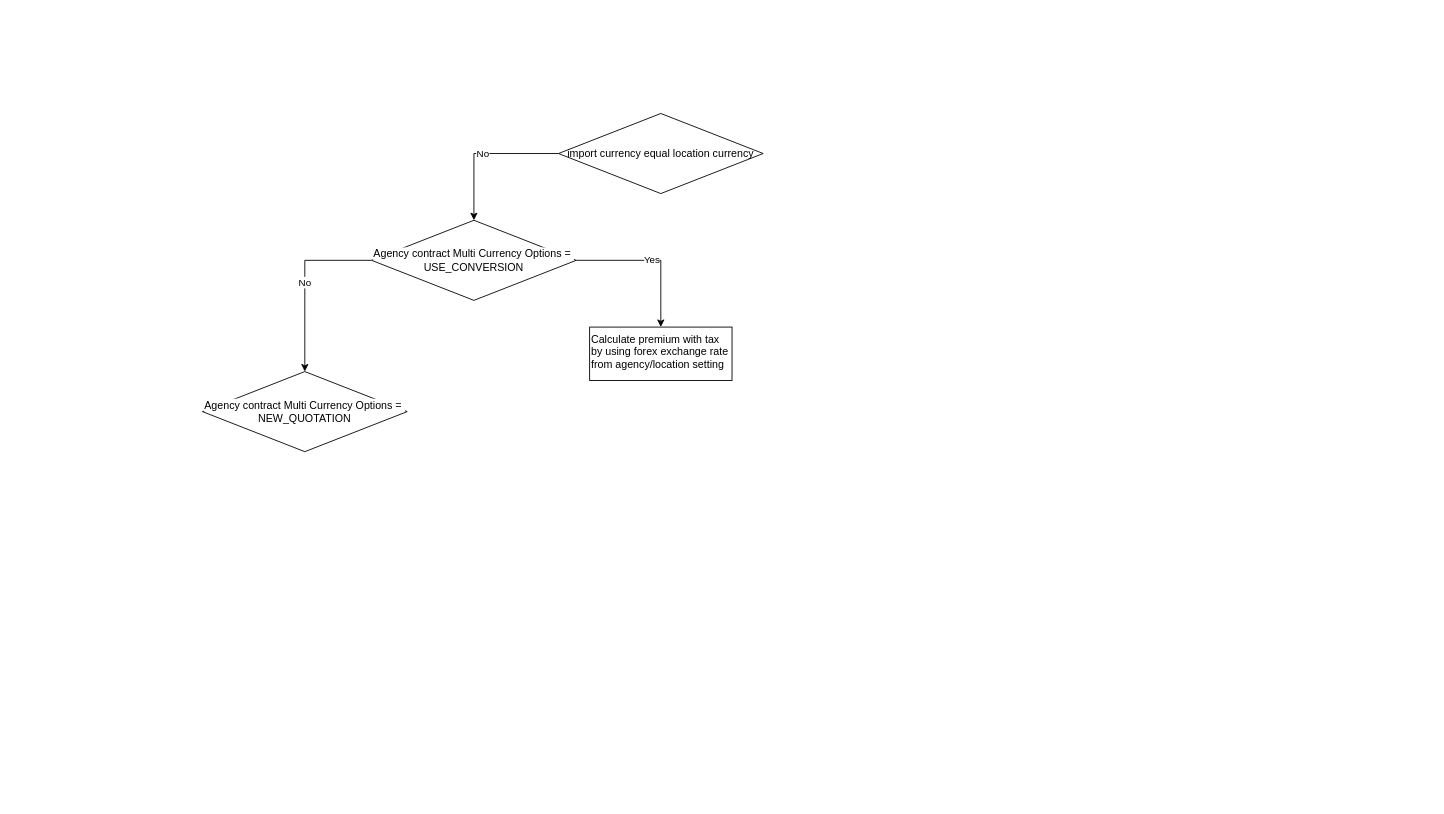
Earlier version of the draw.io diagram TH-exchange_rate_calculation.drawio (phatcharalaw/my-doc). Source tidied: cells renumbered, new cells numbered last; positions are measured from the earlier drawing's top-left corner, leaving out a move shared by most shapes. Both pictures are drawn from the tidied source at 89%, with x=0, y=0 at pixel (202, 113).
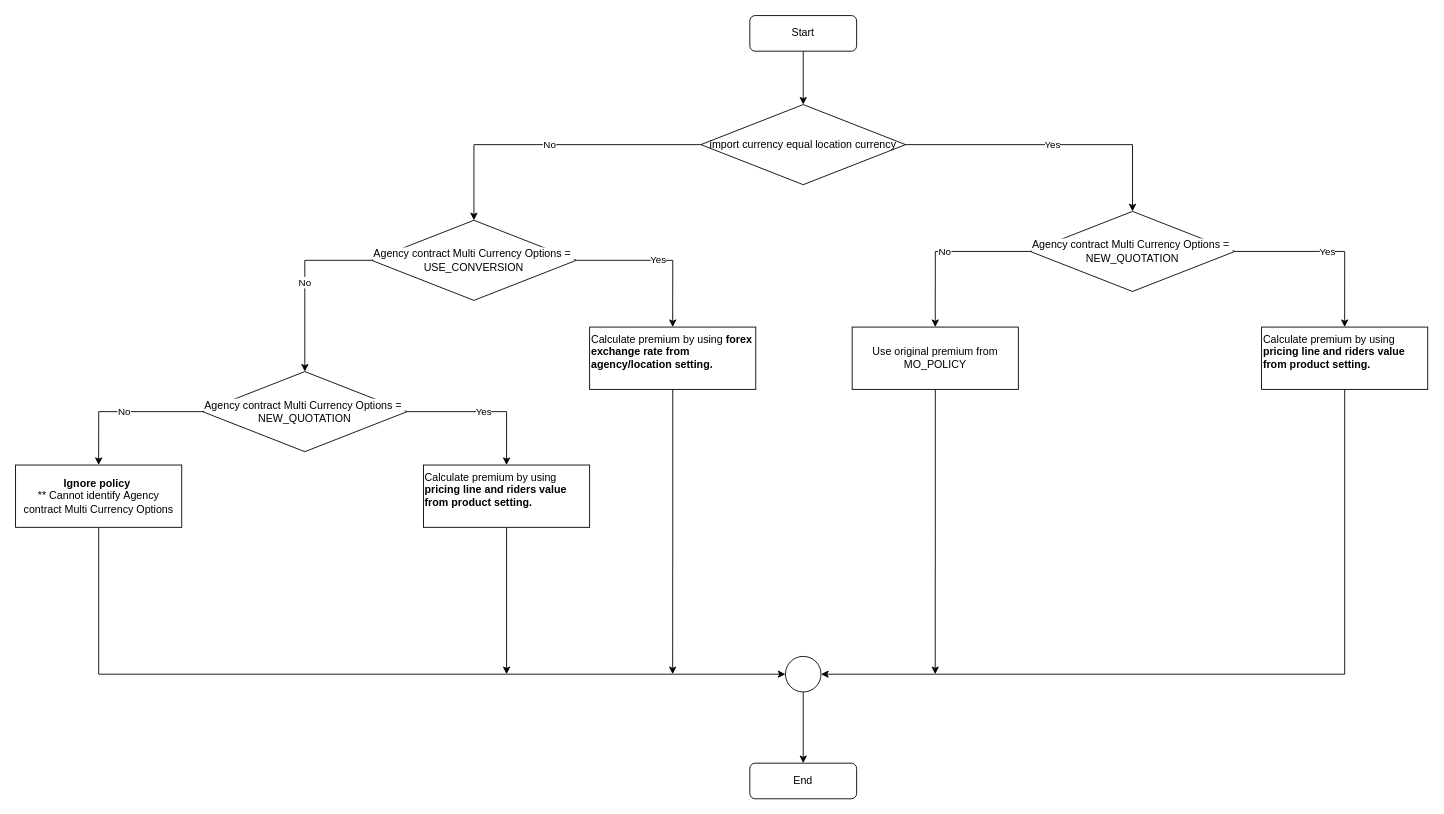
After the change.

The change refers to these unchanged cells:
```xml
<mxCell id="7" value="&lt;span style=&quot;background-color: rgb(255 , 255 , 255)&quot;&gt;Agency contract&amp;nbsp;Multi Currency Options&amp;nbsp;=&amp;nbsp;&lt;br&gt;NEW_QUOTATION&lt;/span&gt;" style="rhombus;whiteSpace=wrap;html=1;" parent="1" vertex="1">
  <mxGeometry y="290" width="230" height="90" as="geometry" />
</mxCell>
```

The edit, as a diff of the source:
```diff
@@
+    <mxCell id="9" value="Yes" style="edgeStyle=orthogonalEdgeStyle;rounded=0;jettySize=auto;html=1;" parent="1" edge="1" source="3" target="19">
+      <mxGeometry relative="1" as="geometry" />
+    </mxCell>
     <mxCell id="3" value="import currency equal location currency" style="rhombus;whiteSpace=wrap;html=1;" parent="1" vertex="1">
-      <mxGeometry x="400" width="230" height="90" as="geometry" />
+      <mxGeometry x="560" y="-10" width="230" height="90" as="geometry" />
     </mxCell>
@@
+    <mxCell id="10" value="Yes" style="edgeStyle=orthogonalEdgeStyle;rounded=0;jettySize=auto;html=1;entryX=0.5;entryY=0;entryDx=0;entryDy=0;" parent="1" edge="1" source="7" target="14">
+      <mxGeometry relative="1" as="geometry" />
+    </mxCell>
+    <mxCell id="11" value="No" style="edgeStyle=orthogonalEdgeStyle;rounded=0;jettySize=auto;html=1;entryX=0.5;entryY=0;entryDx=0;entryDy=0;" parent="1" edge="1" source="7" target="16">
+      <mxGeometry relative="1" as="geometry" />
+    </mxCell>
@@
+    <mxCell id="12" style="edgeStyle=orthogonalEdgeStyle;rounded=0;jettySize=auto;html=1;" parent="1" edge="1" source="8">
+      <mxGeometry relative="1" as="geometry">
+        <mxPoint x="528.3" y="630" as="targetPoint" />
+      </mxGeometry>
+    </mxCell>
-    <mxCell id="8" value="Calculate premium with tax by using forex exchange rate from agency/location setting" style="rounded=0;whiteSpace=wrap;html=1;align=left;verticalAlign=top;" parent="1" vertex="1">
-      <mxGeometry x="435" y="240" width="160" height="60" as="geometry" />
+    <mxCell id="8" value="Calculate premium by using &lt;b&gt;forex exchange rate from agency/location setting.&lt;/b&gt;" style="rounded=0;whiteSpace=wrap;html=1;align=left;verticalAlign=top;" parent="1" vertex="1">
+      <mxGeometry x="435" y="240" width="186.7" height="70" as="geometry" />
     </mxCell>
+    <mxCell id="13" style="edgeStyle=orthogonalEdgeStyle;rounded=0;jettySize=auto;html=1;" parent="1" edge="1" source="14">
+      <mxGeometry relative="1" as="geometry">
+        <mxPoint x="341.7" y="630" as="targetPoint" />
+      </mxGeometry>
+    </mxCell>
+    <mxCell id="14" value="Calculate premium by using &lt;b&gt;pricing line and riders value from product setting.&lt;/b&gt;" style="rounded=0;whiteSpace=wrap;html=1;align=left;verticalAlign=top;" parent="1" vertex="1">
+      <mxGeometry x="248.3" y="395" width="186.7" height="70" as="geometry" />
+    </mxCell>
+    <mxCell id="15" style="edgeStyle=orthogonalEdgeStyle;rounded=0;jettySize=auto;html=1;entryX=0;entryY=0.5;entryDx=0;entryDy=0;" parent="1" edge="1" source="16" target="25">
+      <mxGeometry relative="1" as="geometry">
+        <Array as="points">
+          <mxPoint x="-117" y="630" />
+        </Array>
+      </mxGeometry>
+    </mxCell>
+    <mxCell id="16" value="&lt;b&gt;Ignore policy&lt;/b&gt;&amp;nbsp;&lt;br&gt;** Cannot identify&amp;nbsp;&lt;span style=&quot;background-color: rgb(255 , 255 , 255)&quot;&gt;Agency contract&amp;nbsp;Multi Currency Options&lt;/span&gt;" style="rounded=0;whiteSpace=wrap;html=1;align=center;verticalAlign=middle;" parent="1" vertex="1">
+      <mxGeometry x="-210" y="395" width="186.7" height="70" as="geometry" />
+    </mxCell>
+    <mxCell id="17" value="No" style="edgeStyle=orthogonalEdgeStyle;rounded=0;jettySize=auto;html=1;entryX=0.5;entryY=0;entryDx=0;entryDy=0;" parent="1" edge="1" source="19" target="21">
+      <mxGeometry relative="1" as="geometry" />
+    </mxCell>
+    <mxCell id="18" value="Yes" style="edgeStyle=orthogonalEdgeStyle;rounded=0;jettySize=auto;html=1;entryX=0.5;entryY=0;entryDx=0;entryDy=0;" parent="1" edge="1" source="19" target="23">
+      <mxGeometry relative="1" as="geometry" />
+    </mxCell>
+    <mxCell id="19" value="&lt;span style=&quot;background-color: rgb(255 , 255 , 255)&quot;&gt;Agency contract&amp;nbsp;Multi Currency Options&amp;nbsp;=&amp;nbsp;&lt;br&gt;NEW_QUOTATION&lt;/span&gt;" style="rhombus;whiteSpace=wrap;html=1;" parent="1" vertex="1">
+      <mxGeometry x="930" y="110" width="230" height="90" as="geometry" />
+    </mxCell>
+    <mxCell id="20" style="edgeStyle=orthogonalEdgeStyle;rounded=0;jettySize=auto;html=1;" parent="1" edge="1" source="21">
+      <mxGeometry relative="1" as="geometry">
+        <mxPoint x="823.3" y="630" as="targetPoint" />
+      </mxGeometry>
+    </mxCell>
+    <mxCell id="21" value="Use original premium from MO_POLICY" style="rounded=0;whiteSpace=wrap;html=1;align=center;verticalAlign=middle;" parent="1" vertex="1">
+      <mxGeometry x="730" y="240" width="186.7" height="70" as="geometry" />
+    </mxCell>
+    <mxCell id="22" style="edgeStyle=orthogonalEdgeStyle;rounded=0;jettySize=auto;html=1;entryX=1;entryY=0.5;entryDx=0;entryDy=0;" parent="1" edge="1" source="23" target="25">
+      <mxGeometry relative="1" as="geometry">
+        <Array as="points">
+          <mxPoint x="1283" y="630" />
+        </Array>
+      </mxGeometry>
+    </mxCell>
+    <mxCell id="23" value="Calculate premium by using &lt;b&gt;pricing line and riders value from product setting.&lt;/b&gt;" style="rounded=0;whiteSpace=wrap;html=1;align=left;verticalAlign=top;" parent="1" vertex="1">
+      <mxGeometry x="1190" y="240" width="186.7" height="70" as="geometry" />
+    </mxCell>
+    <mxCell id="24" style="edgeStyle=orthogonalEdgeStyle;rounded=0;jettySize=auto;html=1;entryX=0.5;entryY=0;entryDx=0;entryDy=0;" parent="1" edge="1" source="25">
+      <mxGeometry relative="1" as="geometry">
+        <mxPoint x="675" y="730" as="targetPoint" />
+      </mxGeometry>
+    </mxCell>
+    <mxCell id="25" style="ellipse;whiteSpace=wrap;html=1;align=center;" parent="1" vertex="1">
+      <mxGeometry x="655" y="610" width="40" height="40" as="geometry" />
+    </mxCell>
+    <mxCell id="26" value="End" style="rounded=1;whiteSpace=wrap;html=1;align=center;" parent="1" vertex="1">
+      <mxGeometry x="615" y="730" width="120" height="40" as="geometry" />
+    </mxCell>
+    <mxCell id="27" style="edgeStyle=orthogonalEdgeStyle;rounded=0;jettySize=auto;html=1;entryX=0.5;entryY=0;entryDx=0;entryDy=0;" parent="1" edge="1" source="28" target="3">
+      <mxGeometry relative="1" as="geometry" />
+    </mxCell>
+    <mxCell id="28" value="Start" style="rounded=1;whiteSpace=wrap;html=1;align=center;" parent="1" vertex="1">
+      <mxGeometry x="615" y="-110" width="120" height="40" as="geometry" />
+    </mxCell>
```
